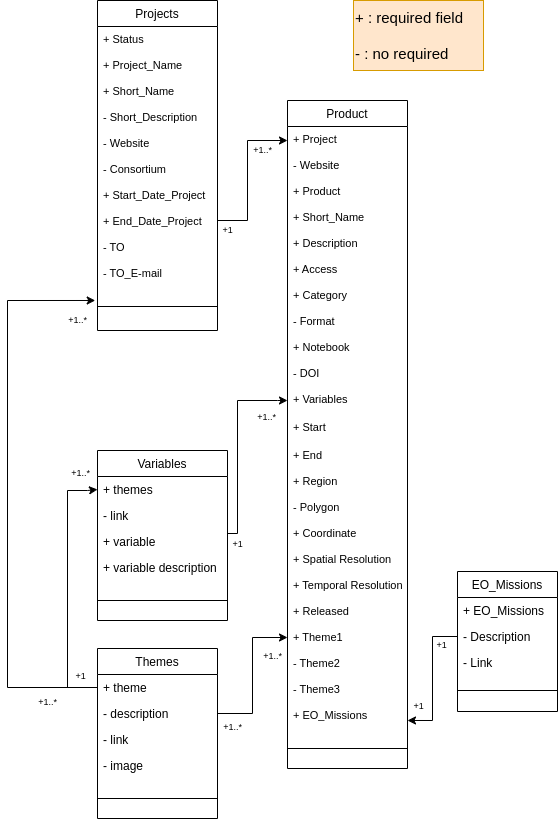
Earlier version of the draw.io export docs/metadata_class_diagram.png (okoko-cs/4dhydro-open-science-catalog-metadata). Source tidied: cells renumbered, new cells last; positions are measured from the earlier drawing's top-left corner, leaving out a move shared by most shapes.
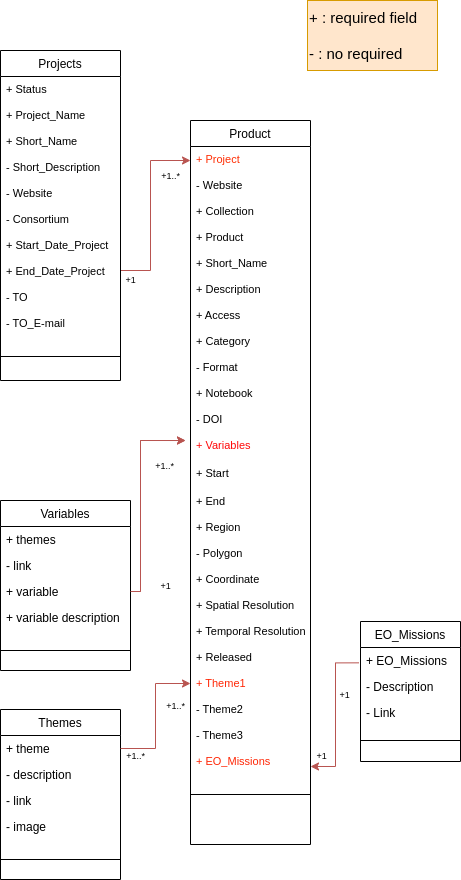
After the commit.

Commit message:
docs: update doc diagram with collection

The edit, as a diff of the source:
```diff
@@ -17,17 +17,8 @@
     <mxCell id="6" style="line;html=1;strokeWidth=1;align=left;verticalAlign=middle;spacingTop=-1;spacingLeft=3;spacingRight=3;labelPosition=right;" parent="2" vertex="1">
       <mxGeometry y="104" width="100" height="30" as="geometry" />
     </mxCell>
-    <mxCell id="7" style="edgeStyle=orthogonalEdgeStyle;rounded=0;jettySize=auto;html=1;entryX=0;entryY=0.5;entryDx=0;entryDy=0;exitX=0;exitY=0.5;exitDx=0;exitDy=0;" parent="1" edge="1" source="9" target="16">
-      <mxGeometry relative="1" as="geometry">
-        <Array as="points">
-          <mxPoint x="60" y="687" />
-          <mxPoint x="60" y="490" />
-          <mxPoint x="80" y="490" />
-        </Array>
-      </mxGeometry>
-    </mxCell>
     <mxCell id="8" value="Themes" style="swimlane;fontStyle=0;align=center;verticalAlign=top;horizontal=1;startSize=26;rounded=0;shadow=0;strokeWidth=1;" parent="1" vertex="1">
-      <mxGeometry x="90" y="648" width="120" height="170" as="geometry" />
+      <mxGeometry x="90" y="659" width="120" height="170" as="geometry" />
     </mxCell>
     <mxCell id="9" value="+ theme" style="text;align=left;verticalAlign=top;spacingLeft=4;spacingRight=4;overflow=hidden;points=[[0,0.5],[1,0.5]];portConstraint=eastwest;" parent="8" vertex="1">
       <mxGeometry y="26" width="120" height="26" as="geometry" />
@@ -44,13 +35,12 @@
     <mxCell id="13" style="line;html=1;strokeWidth=1;align=left;verticalAlign=middle;spacingTop=-1;spacingLeft=3;spacingRight=3;labelPosition=right;" parent="8" vertex="1">
       <mxGeometry y="130" width="120" height="40" as="geometry" />
     </mxCell>
-    <mxCell id="14" style="edgeStyle=orthogonalEdgeStyle;rounded=0;jettySize=auto;html=1;" parent="1" edge="1" source="15">
+    <mxCell id="14" style="edgeStyle=orthogonalEdgeStyle;rounded=0;jettySize=auto;html=1;fillColor=#f8cecc;strokeColor=#b85450;entryX=0;entryY=0.286;entryDx=0;entryDy=0;entryPerimeter=0;" parent="1" edge="1" source="18">
       <mxGeometry relative="1" as="geometry">
-        <mxPoint x="280" y="400" as="targetPoint" />
+        <mxPoint x="275" y="390" as="targetPoint" />
         <Array as="points">
-          <mxPoint x="230" y="533" />
-          <mxPoint x="230" y="400" />
-          <mxPoint x="270" y="400" />
+          <mxPoint x="230" y="541" />
+          <mxPoint x="230" y="390" />
         </Array>
       </mxGeometry>
     </mxCell>
@@ -72,11 +62,12 @@
     <mxCell id="20" style="line;html=1;strokeWidth=1;align=left;verticalAlign=middle;spacingTop=-1;spacingLeft=3;spacingRight=3;labelPosition=right;" parent="15" vertex="1">
       <mxGeometry y="130" width="130" height="40" as="geometry" />
     </mxCell>
-    <mxCell id="21" style="edgeStyle=orthogonalEdgeStyle;rounded=0;jettySize=auto;html=1;" parent="1" edge="1" source="22" target="35">
+    <mxCell id="21" style="edgeStyle=orthogonalEdgeStyle;rounded=0;jettySize=auto;html=1;fillColor=#f8cecc;strokeColor=#b85450;entryX=0;entryY=0.5;entryDx=0;entryDy=0;" parent="1" edge="1" source="22" target="35">
       <mxGeometry relative="1" as="geometry">
         <Array as="points">
           <mxPoint x="240" y="220" />
-          <mxPoint x="240" y="140" />
+          <mxPoint x="240" y="110" />
+          <mxPoint x="280" y="110" />
         </Array>
       </mxGeometry>
     </mxCell>
@@ -117,92 +108,91 @@
       <mxGeometry y="286" width="120" height="40" as="geometry" />
     </mxCell>
     <mxCell id="34" value="Product" style="swimlane;fontStyle=0;align=center;verticalAlign=top;horizontal=1;startSize=26;rounded=0;shadow=0;strokeWidth=1;" parent="1" vertex="1">
-      <mxGeometry x="280" y="100" width="120" height="668" as="geometry" />
+      <mxGeometry x="280" y="70" width="120" height="724" as="geometry" />
     </mxCell>
-    <mxCell id="35" value="+ Project" style="text;align=left;verticalAlign=top;spacingLeft=4;spacingRight=4;overflow=hidden;points=[[0,0.5],[1,0.5]];portConstraint=eastwest;rounded=0;shadow=0;html=0;fontSize=11;" parent="34" vertex="1">
+    <mxCell id="35" value="+ Project" style="text;align=left;verticalAlign=top;spacingLeft=4;spacingRight=4;overflow=hidden;points=[[0,0.5],[1,0.5]];portConstraint=eastwest;rounded=0;shadow=0;html=0;fontSize=11;fontColor=#FF2D03;" parent="34" vertex="1">
       <mxGeometry y="26" width="120" height="26" as="geometry" />
     </mxCell>
     <mxCell id="36" value="- Website" style="text;align=left;verticalAlign=top;spacingLeft=4;spacingRight=4;overflow=hidden;rounded=0;shadow=0;html=0;fontSize=11;" parent="34" vertex="1">
       <mxGeometry y="52" width="120" height="26" as="geometry" />
     </mxCell>
-    <mxCell id="37" value="+ Product" style="text;align=left;verticalAlign=top;spacingLeft=4;spacingRight=4;overflow=hidden;rounded=0;shadow=0;html=0;fontSize=11;" parent="34" vertex="1">
+    <mxCell id="37" value="+ Collection" style="text;align=left;verticalAlign=top;spacingLeft=4;spacingRight=4;overflow=hidden;rounded=0;shadow=0;html=0;fontSize=11;" parent="34" vertex="1">
       <mxGeometry y="78" width="120" height="26" as="geometry" />
     </mxCell>
+    <mxCell id="75" value="+ Product" style="text;align=left;verticalAlign=top;spacingLeft=4;spacingRight=4;overflow=hidden;rounded=0;shadow=0;html=0;fontSize=11;" parent="34" vertex="1">
+      <mxGeometry y="104" width="120" height="26" as="geometry" />
+    </mxCell>
     <mxCell id="38" value="+ Short_Name" style="text;align=left;verticalAlign=top;spacingLeft=4;spacingRight=4;overflow=hidden;rounded=0;shadow=0;html=0;fontSize=11;" parent="34" vertex="1">
-      <mxGeometry y="104" width="120" height="26" as="geometry" />
+      <mxGeometry y="130" width="120" height="26" as="geometry" />
     </mxCell>
     <mxCell id="39" value="+ Description" style="text;align=left;verticalAlign=top;spacingLeft=4;spacingRight=4;overflow=hidden;rounded=0;shadow=0;html=0;fontSize=11;" parent="34" vertex="1">
-      <mxGeometry y="130" width="120" height="26" as="geometry" />
+      <mxGeometry y="156" width="120" height="26" as="geometry" />
     </mxCell>
     <mxCell id="40" value="+ Access" style="text;align=left;verticalAlign=top;spacingLeft=4;spacingRight=4;overflow=hidden;rounded=0;shadow=0;html=0;fontSize=11;" parent="34" vertex="1">
-      <mxGeometry y="156" width="120" height="26" as="geometry" />
+      <mxGeometry y="182" width="120" height="26" as="geometry" />
     </mxCell>
     <mxCell id="41" value="+ Category" style="text;align=left;verticalAlign=top;spacingLeft=4;spacingRight=4;overflow=hidden;rounded=0;shadow=0;html=0;fontSize=11;" parent="34" vertex="1">
-      <mxGeometry y="182" width="120" height="26" as="geometry" />
+      <mxGeometry y="208" width="120" height="26" as="geometry" />
     </mxCell>
     <mxCell id="42" value="- Format" style="text;align=left;verticalAlign=top;spacingLeft=4;spacingRight=4;overflow=hidden;rounded=0;shadow=0;html=0;fontSize=11;" parent="34" vertex="1">
-      <mxGeometry y="208" width="120" height="26" as="geometry" />
+      <mxGeometry y="234" width="120" height="26" as="geometry" />
     </mxCell>
     <mxCell id="43" value="+ Notebook" style="text;align=left;verticalAlign=top;spacingLeft=4;spacingRight=4;overflow=hidden;rounded=0;shadow=0;html=0;fontSize=11;" parent="34" vertex="1">
-      <mxGeometry y="234" width="120" height="26" as="geometry" />
+      <mxGeometry y="260" width="120" height="26" as="geometry" />
     </mxCell>
     <mxCell id="44" value="- DOI" style="text;align=left;verticalAlign=top;spacingLeft=4;spacingRight=4;overflow=hidden;rounded=0;shadow=0;html=0;fontSize=11;" parent="34" vertex="1">
-      <mxGeometry y="260" width="120" height="26" as="geometry" />
+      <mxGeometry y="286" width="120" height="26" as="geometry" />
     </mxCell>
-    <mxCell id="45" value="+ Variables" style="text;align=left;verticalAlign=top;spacingLeft=4;spacingRight=4;overflow=hidden;rounded=0;shadow=0;html=0;fontSize=11;" parent="34" vertex="1">
-      <mxGeometry y="286" width="120" height="28" as="geometry" />
+    <mxCell id="45" value="+ Variables" style="text;align=left;verticalAlign=top;spacingLeft=4;spacingRight=4;overflow=hidden;rounded=0;shadow=0;html=0;fontSize=11;fontColor=#FF0808;" parent="34" vertex="1">
+      <mxGeometry y="312" width="120" height="28" as="geometry" />
     </mxCell>
     <mxCell id="46" value="+ Start" style="text;align=left;verticalAlign=top;spacingLeft=4;spacingRight=4;overflow=hidden;rounded=0;shadow=0;html=0;fontSize=11;" parent="34" vertex="1">
-      <mxGeometry y="314" width="120" height="28" as="geometry" />
+      <mxGeometry y="340" width="120" height="28" as="geometry" />
     </mxCell>
     <mxCell id="47" value="+ End" style="text;align=left;verticalAlign=top;spacingLeft=4;spacingRight=4;overflow=hidden;rounded=0;shadow=0;html=0;fontSize=11;" parent="34" vertex="1">
-      <mxGeometry y="342" width="120" height="26" as="geometry" />
+      <mxGeometry y="368" width="120" height="26" as="geometry" />
     </mxCell>
     <mxCell id="48" value="+ Region" style="text;align=left;verticalAlign=top;spacingLeft=4;spacingRight=4;overflow=hidden;rounded=0;shadow=0;html=0;fontSize=11;" parent="34" vertex="1">
-      <mxGeometry y="368" width="120" height="26" as="geometry" />
+      <mxGeometry y="394" width="120" height="26" as="geometry" />
     </mxCell>
     <mxCell id="49" value="- Polygon" style="text;align=left;verticalAlign=top;spacingLeft=4;spacingRight=4;overflow=hidden;rounded=0;shadow=0;html=0;fontSize=11;" parent="34" vertex="1">
-      <mxGeometry y="394" width="120" height="26" as="geometry" />
+      <mxGeometry y="420" width="120" height="26" as="geometry" />
     </mxCell>
     <mxCell id="50" value="+ Coordinate" style="text;align=left;verticalAlign=top;spacingLeft=4;spacingRight=4;overflow=hidden;rounded=0;shadow=0;html=0;fontSize=11;" parent="34" vertex="1">
-      <mxGeometry y="420" width="120" height="26" as="geometry" />
+      <mxGeometry y="446" width="120" height="26" as="geometry" />
     </mxCell>
     <mxCell id="51" value="+ Spatial Resolution&#10;" style="text;align=left;verticalAlign=top;spacingLeft=4;spacingRight=4;overflow=hidden;rounded=0;shadow=0;html=0;fontSize=11;" parent="34" vertex="1">
-      <mxGeometry y="446" width="120" height="26" as="geometry" />
+      <mxGeometry y="472" width="120" height="26" as="geometry" />
     </mxCell>
     <mxCell id="52" value="+ Temporal Resolution&#10;" style="text;align=left;verticalAlign=top;spacingLeft=4;spacingRight=4;overflow=hidden;rounded=0;shadow=0;html=0;fontSize=11;" parent="34" vertex="1">
-      <mxGeometry y="472" width="120" height="26" as="geometry" />
+      <mxGeometry y="498" width="120" height="26" as="geometry" />
     </mxCell>
     <mxCell id="53" value="+ Released" style="text;align=left;verticalAlign=top;spacingLeft=4;spacingRight=4;overflow=hidden;rounded=0;shadow=0;html=0;fontSize=11;" parent="34" vertex="1">
-      <mxGeometry y="498" width="120" height="26" as="geometry" />
+      <mxGeometry y="524" width="120" height="26" as="geometry" />
     </mxCell>
-    <mxCell id="54" value="+ Theme1" style="text;align=left;verticalAlign=top;spacingLeft=4;spacingRight=4;overflow=hidden;points=[[0,0.5],[1,0.5]];portConstraint=eastwest;rounded=0;shadow=0;html=0;fontSize=11;" parent="34" vertex="1">
-      <mxGeometry y="524" width="120" height="26" as="geometry" />
+    <mxCell id="54" value="+ Theme1" style="text;align=left;verticalAlign=top;spacingLeft=4;spacingRight=4;overflow=hidden;points=[[0,0.5],[1,0.5]];portConstraint=eastwest;rounded=0;shadow=0;html=0;fontSize=11;fontColor=#FF2605;" parent="34" vertex="1">
+      <mxGeometry y="550" width="120" height="26" as="geometry" />
     </mxCell>
     <mxCell id="55" value="- Theme2" style="text;align=left;verticalAlign=top;spacingLeft=4;spacingRight=4;overflow=hidden;rounded=0;shadow=0;html=0;fontSize=11;" parent="34" vertex="1">
-      <mxGeometry y="550" width="120" height="26" as="geometry" />
+      <mxGeometry y="576" width="120" height="26" as="geometry" />
     </mxCell>
     <mxCell id="56" value="- Theme3" style="text;align=left;verticalAlign=top;spacingLeft=4;spacingRight=4;overflow=hidden;rounded=0;shadow=0;html=0;fontSize=11;" parent="34" vertex="1">
-      <mxGeometry y="576" width="120" height="26" as="geometry" />
+      <mxGeometry y="602" width="120" height="26" as="geometry" />
     </mxCell>
-    <mxCell id="57" value="+ EO_Missions" style="text;align=left;verticalAlign=top;spacingLeft=4;spacingRight=4;overflow=hidden;points=[[0,0.5],[1,0.5]];portConstraint=eastwest;rounded=0;shadow=0;html=0;fontSize=11;" parent="34" vertex="1">
-      <mxGeometry y="602" width="120" height="26" as="geometry" />
+    <mxCell id="57" value="+ EO_Missions" style="text;align=left;verticalAlign=top;spacingLeft=4;spacingRight=4;overflow=hidden;points=[[0,0.5],[1,0.5]];portConstraint=eastwest;rounded=0;shadow=0;html=0;fontSize=11;fontColor=#FF2605;" parent="34" vertex="1">
+      <mxGeometry y="628" width="120" height="26" as="geometry" />
     </mxCell>
     <mxCell id="58" style="line;html=1;strokeWidth=1;align=left;verticalAlign=middle;spacingTop=-1;spacingLeft=3;spacingRight=3;labelPosition=right;" parent="34" vertex="1">
-      <mxGeometry y="628" width="120" height="40" as="geometry" />
+      <mxGeometry y="654" width="120" height="40" as="geometry" />
     </mxCell>
-    <mxCell id="59" style="edgeStyle=orthogonalEdgeStyle;rounded=0;jettySize=auto;html=1;entryX=0;entryY=0.5;entryDx=0;entryDy=0;" parent="1" edge="1" source="10" target="54">
-      <mxGeometry relative="1" as="geometry" />
+    <mxCell id="59" style="edgeStyle=orthogonalEdgeStyle;rounded=0;jettySize=auto;html=1;entryX=0;entryY=0.5;entryDx=0;entryDy=0;fillColor=#f8cecc;strokeColor=#b85450;exitX=1;exitY=0.5;exitDx=0;exitDy=0;" parent="1" edge="1" source="9" target="54">
+      <mxGeometry relative="1" as="geometry">
+        <Array as="points">
+          <mxPoint x="245" y="698" />
+          <mxPoint x="245" y="633" />
+        </Array>
+      </mxGeometry>
     </mxCell>
-    <mxCell id="60" style="edgeStyle=orthogonalEdgeStyle;rounded=0;jettySize=auto;html=1;entryX=-0.019;entryY=0.538;entryDx=0;entryDy=0;entryPerimeter=0;" parent="1" edge="1" source="9">
-      <mxGeometry relative="1" as="geometry">
-        <mxPoint x="87.7" y="300" as="targetPoint" />
-        <Array as="points">
-          <mxPoint y="687" />
-          <mxPoint y="300" />
-        </Array>
-      </mxGeometry>
-    </mxCell>
     <mxCell id="61" value="&lt;font style=&quot;font-size: 9px;&quot;&gt;+1&lt;/font&gt;" style="text;html=1;align=center;verticalAlign=middle;strokeColor=none;fillColor=none;" parent="1" vertex="1">
       <mxGeometry x="396" y="690" width="30" height="30" as="geometry" />
     </mxCell>
@@ -213,37 +203,35 @@
       <mxGeometry x="245" y="640" width="40" height="30" as="geometry" />
     </mxCell>
     <mxCell id="64" value="&lt;font style=&quot;font-size: 9px;&quot;&gt;+1..*&lt;/font&gt;" style="text;html=1;align=center;verticalAlign=middle;strokeColor=none;fillColor=none;" parent="1" vertex="1">
-      <mxGeometry x="205" y="711" width="40" height="30" as="geometry" />
+      <mxGeometry x="205" y="690" width="40" height="30" as="geometry" />
     </mxCell>
     <mxCell id="65" value="&lt;font style=&quot;font-size: 9px;&quot;&gt;+1..*&lt;/font&gt;" style="text;html=1;align=center;verticalAlign=middle;strokeColor=none;fillColor=none;" parent="1" vertex="1">
-      <mxGeometry x="239" y="401" width="40" height="30" as="geometry" />
+      <mxGeometry x="234" y="400" width="40" height="30" as="geometry" />
     </mxCell>
     <mxCell id="66" value="&lt;font style=&quot;font-size: 9px;&quot;&gt;+1&lt;/font&gt;" style="text;html=1;align=center;verticalAlign=middle;strokeColor=none;fillColor=none;" parent="1" vertex="1">
-      <mxGeometry x="215" y="528" width="30" height="30" as="geometry" />
+      <mxGeometry x="240" y="520" width="30" height="30" as="geometry" />
     </mxCell>
     <mxCell id="67" value="&lt;font style=&quot;font-size: 9px;&quot;&gt;+1..*&lt;/font&gt;" style="text;html=1;align=center;verticalAlign=middle;strokeColor=none;fillColor=none;" parent="1" vertex="1">
-      <mxGeometry x="235" y="134" width="40" height="30" as="geometry" />
+      <mxGeometry x="240" y="110" width="40" height="30" as="geometry" />
     </mxCell>
     <mxCell id="68" value="&lt;font style=&quot;font-size: 9px;&quot;&gt;+1&lt;/font&gt;" style="text;html=1;align=center;verticalAlign=middle;strokeColor=none;fillColor=none;" parent="1" vertex="1">
       <mxGeometry x="205" y="214" width="30" height="30" as="geometry" />
     </mxCell>
-    <mxCell id="69" value="&lt;font style=&quot;font-size: 9px;&quot;&gt;+1..*&lt;/font&gt;" style="text;html=1;align=center;verticalAlign=middle;strokeColor=none;fillColor=none;" parent="1" vertex="1">
-      <mxGeometry x="20" y="686" width="40" height="30" as="geometry" />
-    </mxCell>
-    <mxCell id="70" value="&lt;font style=&quot;font-size: 9px;&quot;&gt;+1..*&lt;/font&gt;" style="text;html=1;align=center;verticalAlign=middle;strokeColor=none;fillColor=none;" parent="1" vertex="1">
-      <mxGeometry x="50" y="304" width="40" height="30" as="geometry" />
-    </mxCell>
-    <mxCell id="71" value="&lt;font style=&quot;font-size: 9px;&quot;&gt;+1&lt;/font&gt;" style="text;html=1;align=center;verticalAlign=middle;strokeColor=none;fillColor=none;" parent="1" vertex="1">
-      <mxGeometry x="58" y="660" width="30" height="30" as="geometry" />
-    </mxCell>
-    <mxCell id="72" value="&lt;font style=&quot;font-size: 9px;&quot;&gt;+1..*&lt;/font&gt;" style="text;html=1;align=center;verticalAlign=middle;strokeColor=none;fillColor=none;" parent="1" vertex="1">
-      <mxGeometry x="53" y="457" width="40" height="30" as="geometry" />
-    </mxCell>
-    <mxCell id="73" style="edgeStyle=orthogonalEdgeStyle;rounded=0;jettySize=auto;html=1;entryX=1;entryY=0.692;entryDx=0;entryDy=0;entryPerimeter=0;" parent="1" edge="1" source="4" target="57">
+    <mxCell id="73" style="edgeStyle=orthogonalEdgeStyle;rounded=0;jettySize=auto;html=1;entryX=1;entryY=0.692;entryDx=0;entryDy=0;entryPerimeter=0;fillColor=#f8cecc;strokeColor=#b85450;exitX=-0.018;exitY=0.59;exitDx=0;exitDy=0;exitPerimeter=0;" parent="1" edge="1" source="3" target="57">
       <mxGeometry relative="1" as="geometry" />
     </mxCell>
     <mxCell id="74" value="&lt;font style=&quot;font-size: 15px;&quot;&gt;+ : required field&lt;br&gt;&lt;br&gt;- : no required&lt;/font&gt;" style="text;html=1;align=left;verticalAlign=middle;strokeColor=#d79b00;fillColor=#ffe6cc;" parent="1" vertex="1">
-      <mxGeometry x="346" width="130" height="70" as="geometry" />
+      <mxGeometry x="397" y="-50" width="130" height="70" as="geometry" />
     </mxCell>
+    <mxCell id="76" style="edgeStyle=orthogonalEdgeStyle;rounded=0;orthogonalLoop=1;jettySize=auto;html=1;fillColor=#f8cecc;strokeColor=#b85450;entryX=0;entryY=0.286;entryDx=0;entryDy=0;entryPerimeter=0;" parent="1" edge="1">
+      <mxGeometry relative="1" as="geometry">
+        <mxPoint x="220" y="541" as="sourcePoint" />
+        <mxPoint x="275" y="390" as="targetPoint" />
+        <Array as="points">
+          <mxPoint x="230" y="541" />
+          <mxPoint x="230" y="390" />
+        </Array>
+      </mxGeometry>
+    </mxCell>
   </root>
 </mxGraphModel>
```
